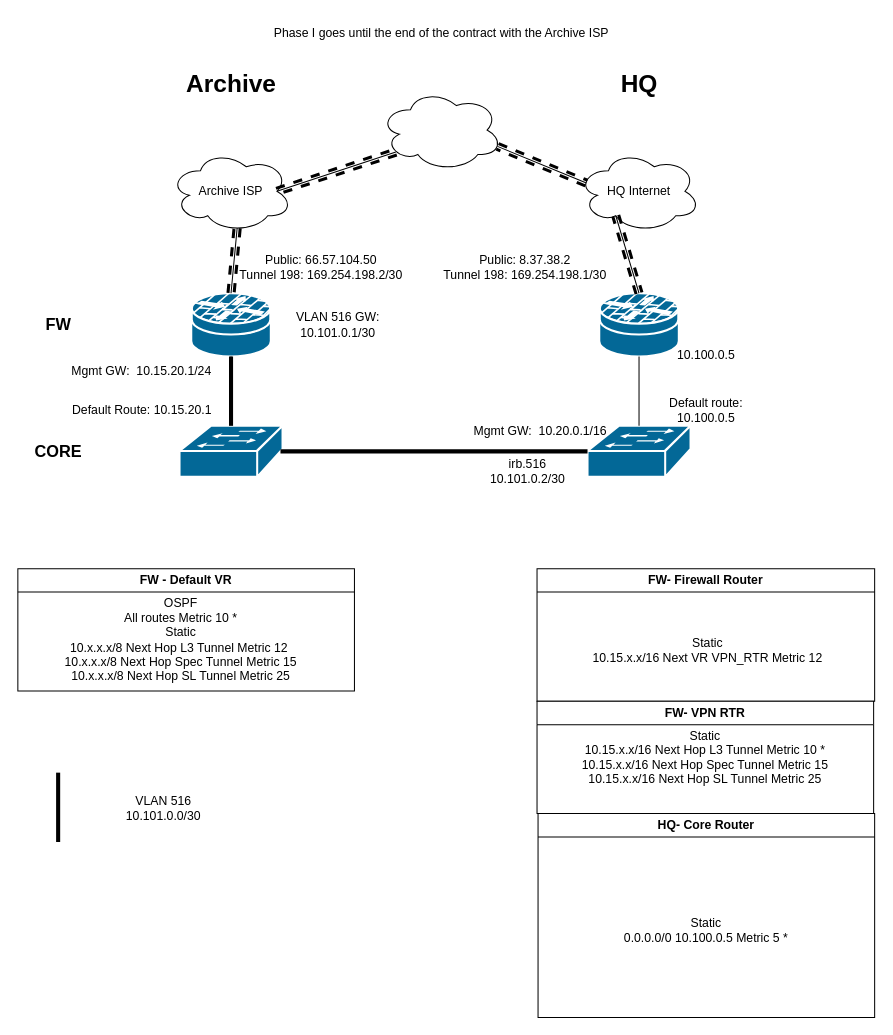
The draw.io diagram page "Delta Phase I" (2 of 2) of Archive.drawio in adamrt918/Diagram, before the edit. Source tidied: cells renumbered, new cells numbered last; positions are measured from the earlier drawing's top-left corner, leaving out a move shared by most shapes. Both pictures are drawn from the tidied source at 102%, with x=0, y=0 at pixel (17, 17).
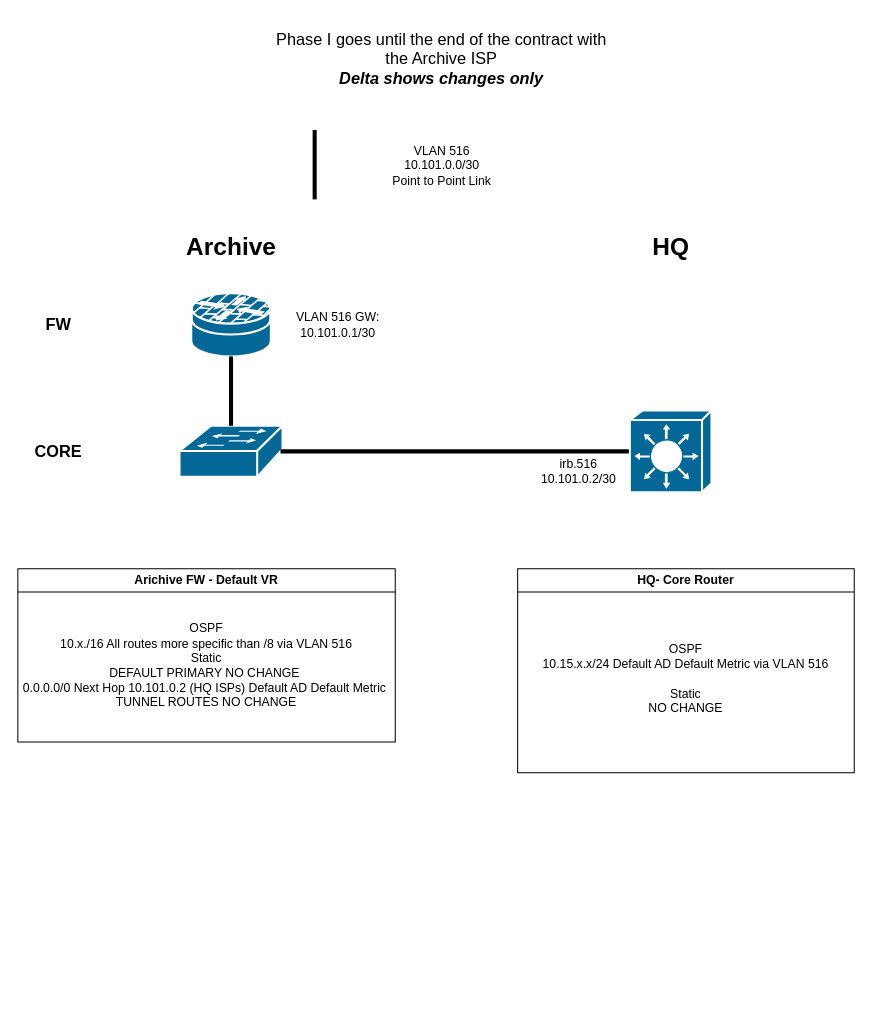
The same diagram, later.

The change refers to these unchanged cells:
```xml
<mxCell id="2" style="shape=mxgraph.cisco.security.router_firewall;sketch=0;html=1;dashed=0;fillColor=#036897;strokeColor=#ffffff;strokeWidth=2;verticalLabelPosition=bottom;verticalAlign=top;align=center;outlineConnect=0;" parent="1" vertex="1">
  <mxGeometry x="170" y="270" width="78" height="62" as="geometry" />
</mxCell>
<mxCell id="14" style="shape=mxgraph.cisco.switches.workgroup_switch;sketch=0;html=1;dashed=0;fillColor=#036897;strokeColor=#ffffff;strokeWidth=2;verticalLabelPosition=bottom;verticalAlign=top;align=center;outlineConnect=0;" parent="1" vertex="1">
  <mxGeometry x="158.5" y="400" width="101" height="50" as="geometry" />
</mxCell>
```

What changed in the source:
```diff
@@
-    <mxCell id="3" style="ellipse;shape=cloud;whiteSpace=wrap;html=1;" parent="1" vertex="1">
-      <mxGeometry x="355" y="70" width="120" height="80" as="geometry" />
-    </mxCell>
-    <mxCell id="4" style="shape=mxgraph.cisco.security.router_firewall;sketch=0;html=1;dashed=0;fillColor=#036897;strokeColor=#ffffff;strokeWidth=2;verticalLabelPosition=bottom;verticalAlign=top;align=center;outlineConnect=0;" parent="1" vertex="1">
-      <mxGeometry x="570" y="270" width="78" height="62" as="geometry" />
-    </mxCell>
-    <mxCell id="5" style="endArrow=none;html=1;rounded=0;entryX=0.5;entryY=0;entryDx=0;entryDy=0;entryPerimeter=0;exitX=0.55;exitY=0.95;exitDx=0;exitDy=0;exitPerimeter=0;" parent="1" edge="1" source="6" target="2">
-      <mxGeometry relative="1" as="geometry" />
-    </mxCell>
-    <mxCell id="6" value="Archive ISP" style="ellipse;shape=cloud;whiteSpace=wrap;html=1;" parent="1" vertex="1">
-      <mxGeometry x="149" y="130" width="120" height="80" as="geometry" />
-    </mxCell>
-    <mxCell id="7" style="endArrow=none;html=1;rounded=0;entryX=0.13;entryY=0.77;entryDx=0;entryDy=0;entryPerimeter=0;exitX=0.875;exitY=0.5;exitDx=0;exitDy=0;exitPerimeter=0;" parent="1" edge="1" source="6" target="3">
-      <mxGeometry relative="1" as="geometry" />
-    </mxCell>
-    <mxCell id="8" value="HQ Internet" style="ellipse;shape=cloud;whiteSpace=wrap;html=1;" parent="1" vertex="1">
-      <mxGeometry x="549" y="130" width="120" height="80" as="geometry" />
-    </mxCell>
-    <mxCell id="9" style="endArrow=none;html=1;rounded=0;entryX=0.96;entryY=0.7;entryDx=0;entryDy=0;entryPerimeter=0;exitX=0.07;exitY=0.4;exitDx=0;exitDy=0;exitPerimeter=0;" parent="1" edge="1" source="8" target="3">
-      <mxGeometry relative="1" as="geometry" />
-    </mxCell>
-    <mxCell id="10" style="endArrow=none;html=1;rounded=0;entryX=0.31;entryY=0.8;entryDx=0;entryDy=0;entryPerimeter=0;exitX=0.5;exitY=0;exitDx=0;exitDy=0;exitPerimeter=0;" parent="1" edge="1" source="4" target="8">
-      <mxGeometry relative="1" as="geometry" />
-    </mxCell>
@@
-    <mxCell id="12" style="shape=mxgraph.cisco.switches.workgroup_switch;sketch=0;html=1;dashed=0;fillColor=#036897;strokeColor=#ffffff;strokeWidth=2;verticalLabelPosition=bottom;verticalAlign=top;align=center;outlineConnect=0;" parent="1" vertex="1">
-      <mxGeometry x="558.5" y="400" width="101" height="50" as="geometry" />
-    </mxCell>
-    <mxCell id="13" style="endArrow=none;html=1;rounded=0;entryX=0.5;entryY=1;entryDx=0;entryDy=0;entryPerimeter=0;" parent="1" edge="1" source="12" target="4">
-      <mxGeometry relative="1" as="geometry" />
-    </mxCell>
@@
     <mxCell id="15" value="&lt;font style=&quot;font-size: 24px;&quot;&gt;Archive&lt;/font&gt;" style="text;html=1;whiteSpace=wrap;strokeColor=none;fillColor=none;align=center;verticalAlign=middle;rounded=0;fontStyle=1;" parent="1" vertex="1">
-      <mxGeometry x="158.5" y="40" width="101" height="50" as="geometry" />
+      <mxGeometry x="158.5" y="200" width="101" height="50" as="geometry" />
     </mxCell>
     <mxCell id="16" value="&lt;font style=&quot;font-size: 24px;&quot;&gt;HQ&lt;/font&gt;" style="text;html=1;whiteSpace=wrap;strokeColor=none;fillColor=none;align=center;verticalAlign=middle;rounded=0;fontStyle=1;" parent="1" vertex="1">
-      <mxGeometry x="558.5" y="40" width="101" height="50" as="geometry" />
+      <mxGeometry x="589.5" y="200" width="101" height="50" as="geometry" />
     </mxCell>
@@
-    <mxCell id="19" style="endArrow=none;html=1;rounded=0;shape=link;entryX=0.55;entryY=0.95;entryDx=0;entryDy=0;entryPerimeter=0;exitX=0.5;exitY=0;exitDx=0;exitDy=0;exitPerimeter=0;dashed=1;strokeColor=light-dark(#000000,#9999FF);strokeWidth=3;" parent="1" edge="1" source="2" target="6">
-      <mxGeometry relative="1" as="geometry" />
-    </mxCell>
-    <mxCell id="20" style="endArrow=none;html=1;rounded=0;shape=link;entryX=0.13;entryY=0.77;entryDx=0;entryDy=0;entryPerimeter=0;exitX=0.875;exitY=0.5;exitDx=0;exitDy=0;exitPerimeter=0;dashed=1;strokeColor=light-dark(#000000,#9999FF);strokeWidth=3;" parent="1" edge="1" source="6" target="3">
-      <mxGeometry relative="1" as="geometry" />
-    </mxCell>
-    <mxCell id="21" style="endArrow=none;html=1;rounded=0;shape=link;exitX=0.07;exitY=0.4;exitDx=0;exitDy=0;exitPerimeter=0;dashed=1;strokeColor=light-dark(#000000,#9999FF);strokeWidth=3;entryX=0.96;entryY=0.7;entryDx=0;entryDy=0;entryPerimeter=0;" parent="1" edge="1" source="8" target="3">
-      <mxGeometry relative="1" as="geometry" />
-    </mxCell>
-    <mxCell id="22" style="endArrow=none;html=1;rounded=0;shape=link;entryX=0.31;entryY=0.8;entryDx=0;entryDy=0;entryPerimeter=0;exitX=0.5;exitY=0;exitDx=0;exitDy=0;exitPerimeter=0;dashed=1;strokeColor=light-dark(#000000,#9999FF);strokeWidth=3;" parent="1" edge="1" source="4" target="8">
-      <mxGeometry relative="1" as="geometry" />
-    </mxCell>
-    <mxCell id="23" value="Public: 8.37.38.2&lt;div&gt;Tunnel 198: 169.254.198.1/30&lt;/div&gt;" style="text;html=1;whiteSpace=wrap;strokeColor=none;fillColor=none;align=center;verticalAlign=middle;rounded=0;" parent="1" vertex="1">
-      <mxGeometry x="410" y="220" width="175" height="50" as="geometry" />
-    </mxCell>
-    <mxCell id="24" value="Public: 66.57.104.50&lt;div&gt;Tunnel 198: 169.254.198.2/30&lt;/div&gt;" style="text;html=1;whiteSpace=wrap;strokeColor=none;fillColor=none;align=center;verticalAlign=middle;rounded=0;" parent="1" vertex="1">
-      <mxGeometry x="210" y="220" width="175" height="50" as="geometry" />
-    </mxCell>
-    <mxCell id="25" value="Mgmt GW:&amp;nbsp; 10.15.20.1/24" style="text;html=1;whiteSpace=wrap;strokeColor=none;fillColor=none;align=center;verticalAlign=middle;rounded=0;" parent="1" vertex="1">
-      <mxGeometry x="49.4" y="332" width="145" height="30" as="geometry" />
-    </mxCell>
-    <mxCell id="26" value="Mgmt GW:&amp;nbsp; 10.20.0.1/16" style="text;html=1;whiteSpace=wrap;strokeColor=none;fillColor=none;align=center;verticalAlign=middle;rounded=0;" parent="1" vertex="1">
-      <mxGeometry x="440" y="390" width="145" height="30" as="geometry" />
-    </mxCell>
-    <mxCell id="27" value="Default route: 10.100.0.5" style="text;html=1;whiteSpace=wrap;strokeColor=none;fillColor=none;align=center;verticalAlign=middle;rounded=0;" parent="1" vertex="1">
-      <mxGeometry x="610" y="370" width="130" height="30" as="geometry" />
-    </mxCell>
-    <mxCell id="28" value="10.100.0.5" style="text;html=1;whiteSpace=wrap;strokeColor=none;fillColor=none;align=center;verticalAlign=middle;rounded=0;" parent="1" vertex="1">
-      <mxGeometry x="645" y="316" width="60" height="30" as="geometry" />
-    </mxCell>
-    <mxCell id="29" value="Default Route: 10.15.20.1" style="text;html=1;whiteSpace=wrap;strokeColor=none;fillColor=none;align=center;verticalAlign=middle;rounded=0;" parent="1" vertex="1">
-      <mxGeometry x="33.8" y="370" width="176.2" height="30" as="geometry" />
-    </mxCell>
-    <mxCell id="30" value="FW- Firewall Router" style="swimlane;whiteSpace=wrap;html=1;" parent="1" vertex="1">
-      <mxGeometry x="509" y="540" width="331" height="130" as="geometry" />
-    </mxCell>
-    <mxCell id="31" value="&lt;div&gt;&lt;span style=&quot;background-color: transparent; color: light-dark(rgb(0, 0, 0), rgb(255, 255, 255));&quot;&gt;Static&lt;/span&gt;&lt;/div&gt;&lt;div&gt;10.15.x.x/16 Next VR VPN_RTR Metric 12&lt;/div&gt;" style="text;html=1;whiteSpace=wrap;strokeColor=none;fillColor=none;align=center;verticalAlign=middle;rounded=0;" parent="30" vertex="1">
-      <mxGeometry x="5" y="30" width="325" height="100" as="geometry" />
-    </mxCell>
-    <mxCell id="32" value="FW - Default VR" style="swimlane;whiteSpace=wrap;html=1;" parent="1" vertex="1">
-      <mxGeometry y="540" width="330" height="120" as="geometry" />
+    <mxCell id="32" value="Arichive FW - Default VR" style="swimlane;whiteSpace=wrap;html=1;" parent="1" vertex="1">
+      <mxGeometry y="540" width="370" height="170" as="geometry" />
     </mxCell>
-    <mxCell id="33" value="&lt;div&gt;OSPF&lt;/div&gt;&lt;div&gt;All routes Metric 10 *&lt;/div&gt;&lt;div&gt;Static&lt;/div&gt;10.x.x.x/8 Next Hop L3 Tunnel Metric 12&amp;nbsp;&lt;div&gt;10.x.x.x/8 Next Hop Spec Tunnel Metric 15&lt;/div&gt;&lt;div&gt;10.x.x.x/8 Next Hop SL Tunnel Metric 25&lt;/div&gt;" style="text;html=1;whiteSpace=wrap;strokeColor=none;fillColor=none;align=center;verticalAlign=middle;rounded=0;" parent="32" vertex="1">
-      <mxGeometry y="20" width="320" height="100" as="geometry" />
+    <mxCell id="33" value="&lt;div&gt;OSPF&lt;/div&gt;&lt;div&gt;10.x./16 All routes more specific than /8 via VLAN 516&lt;/div&gt;&lt;div&gt;Static&lt;/div&gt;&lt;div&gt;&lt;span style=&quot;background-color: transparent; color: light-dark(rgb(0, 0, 0), rgb(255, 255, 255));&quot;&gt;DEFAULT PRIMARY NO CHANGE&amp;nbsp;&lt;/span&gt;&lt;/div&gt;&lt;div&gt;&lt;span style=&quot;background-color: transparent; color: light-dark(rgb(0, 0, 0), rgb(255, 255, 255));&quot;&gt;0.0.0.0/0 Next Hop 10.101.0.2 (HQ ISPs) Default AD Default Metric&amp;nbsp;&lt;/span&gt;&lt;/div&gt;TUNNEL ROUTES NO CHANGE" style="text;html=1;whiteSpace=wrap;strokeColor=none;fillColor=none;align=center;verticalAlign=middle;rounded=0;" parent="32" vertex="1">
+      <mxGeometry y="20" width="370" height="150" as="geometry" />
     </mxCell>
-    <mxCell id="34" value="FW- VPN RTR" style="swimlane;whiteSpace=wrap;html=1;" parent="1" vertex="1">
-      <mxGeometry x="509" y="670" width="330" height="110" as="geometry" />
-    </mxCell>
-    <mxCell id="35" value="&lt;div&gt;Static&lt;/div&gt;10.15.x.x/16 Next Hop L3 Tunnel Metric 10 *&lt;div&gt;10.15.x.x/16 Next Hop Spec Tunnel Metric 15&lt;/div&gt;&lt;div&gt;10.15.x.x/16 Next Hop SL Tunnel Metric 25&lt;/div&gt;" style="text;html=1;whiteSpace=wrap;strokeColor=none;fillColor=none;align=center;verticalAlign=middle;rounded=0;" parent="34" vertex="1">
-      <mxGeometry x="0.8" y="25" width="327.5" height="60" as="geometry" />
-    </mxCell>
-    <mxCell id="36" value="Phase I goes until the end of the contract with the Archive ISP" style="text;html=1;align=center;verticalAlign=middle;whiteSpace=wrap;rounded=0;" parent="1" vertex="1">
-      <mxGeometry x="248" width="335" height="30" as="geometry" />
+    <mxCell id="36" value="Phase I goes until the end of the contract with the Archive ISP&lt;div&gt;&lt;b&gt;&lt;i&gt;Delta shows changes only&lt;/i&gt;&lt;/b&gt;&lt;/div&gt;" style="text;html=1;align=center;verticalAlign=middle;whiteSpace=wrap;rounded=0;strokeWidth=1;fontSize=16;" parent="1" vertex="1">
+      <mxGeometry x="248" width="335" height="80" as="geometry" />
     </mxCell>
-    <mxCell id="37" style="endArrow=none;html=1;rounded=0;exitX=0.98;exitY=0.5;exitDx=0;exitDy=0;exitPerimeter=0;entryX=0;entryY=0.5;entryDx=0;entryDy=0;entryPerimeter=0;strokeWidth=4;strokeColor=light-dark(#000000,#FFFF33);" parent="1" edge="1" source="14" target="12">
+    <mxCell id="37" style="endArrow=none;html=1;rounded=0;exitX=0.98;exitY=0.5;exitDx=0;exitDy=0;exitPerimeter=0;entryX=0;entryY=0.5;entryDx=0;entryDy=0;entryPerimeter=0;strokeWidth=4;strokeColor=light-dark(#000000,#FFFF33);" parent="1" edge="1" source="14" target="45">
       <mxGeometry relative="1" as="geometry" />
     </mxCell>
@@
     <mxCell id="39" style="endArrow=none;html=1;rounded=0;exitX=0.5;exitY=0;exitDx=0;exitDy=0;exitPerimeter=0;entryX=0.5;entryY=1;entryDx=0;entryDy=0;entryPerimeter=0;strokeWidth=4;strokeColor=light-dark(#000000,#FFFF33);" parent="1" edge="1">
       <mxGeometry relative="1" as="geometry">
-        <mxPoint x="39.5" y="808" as="sourcePoint" />
-        <mxPoint x="39.5" y="740" as="targetPoint" />
+        <mxPoint x="291" y="178" as="sourcePoint" />
+        <mxPoint x="291" y="110" as="targetPoint" />
       </mxGeometry>
     </mxCell>
-    <mxCell id="40" value="VLAN 516&lt;div&gt;10.101.0.0/30&lt;/div&gt;" style="text;html=1;whiteSpace=wrap;strokeColor=none;fillColor=none;align=center;verticalAlign=middle;rounded=0;" parent="1" vertex="1">
-      <mxGeometry x="38" y="750" width="210" height="50" as="geometry" />
+    <mxCell id="40" value="VLAN 516&lt;div&gt;10.101.0.0/30&lt;br&gt;Point to Point Link&lt;/div&gt;" style="text;html=1;whiteSpace=wrap;strokeColor=none;fillColor=none;align=center;verticalAlign=middle;rounded=0;" parent="1" vertex="1">
+      <mxGeometry x="289.5" y="120" width="252" height="50" as="geometry" />
     </mxCell>
@@
     <mxCell id="42" value="irb.516&lt;div&gt;10.101.0.2/30&lt;/div&gt;" style="text;html=1;whiteSpace=wrap;strokeColor=none;fillColor=none;align=center;verticalAlign=middle;rounded=0;" parent="1" vertex="1">
-      <mxGeometry x="440" y="430" width="120" height="30" as="geometry" />
+      <mxGeometry x="490" y="430" width="120" height="30" as="geometry" />
     </mxCell>
     <mxCell id="43" value="HQ- Core Router" style="swimlane;whiteSpace=wrap;html=1;" parent="1" vertex="1">
-      <mxGeometry x="510" y="780" width="330" height="200" as="geometry" />
+      <mxGeometry x="490" y="540" width="330" height="200" as="geometry" />
     </mxCell>
-    <mxCell id="44" value="Static &lt;br&gt;0.0.0.0/0 10.100.0.5 Metric 5 *" style="text;html=1;whiteSpace=wrap;strokeColor=none;fillColor=none;align=center;verticalAlign=middle;rounded=0;" parent="1" vertex="1">
-      <mxGeometry x="510" y="810" width="330" height="170" as="geometry" />
+    <mxCell id="44" value="&lt;div&gt;OSPF&lt;/div&gt;&lt;div&gt;&lt;div&gt;&lt;span style=&quot;background-color: transparent; color: light-dark(rgb(0, 0, 0), rgb(255, 255, 255));&quot;&gt;10.15.x.x/24 Default AD Default Metric via VLAN 516&lt;/span&gt;&lt;/div&gt;&lt;/div&gt;&lt;div&gt;&lt;span style=&quot;background-color: transparent; color: light-dark(rgb(0, 0, 0), rgb(255, 255, 255));&quot;&gt;&lt;br&gt;&lt;/span&gt;&lt;/div&gt;Static &lt;br&gt;NO CHANGE&lt;div&gt;&lt;br&gt;&lt;/div&gt;" style="text;html=1;whiteSpace=wrap;strokeColor=none;fillColor=none;align=center;verticalAlign=middle;rounded=0;" parent="43" vertex="1">
+      <mxGeometry y="30" width="330" height="170" as="geometry" />
     </mxCell>
+    <mxCell id="45" style="shape=mxgraph.cisco.switches.layer_3_switch;sketch=0;html=1;dashed=0;fillColor=#036897;strokeColor=#ffffff;strokeWidth=2;verticalLabelPosition=bottom;verticalAlign=top;align=center;outlineConnect=0;" parent="1" vertex="1">
+      <mxGeometry x="600" y="385" width="80" height="80" as="geometry" />
+    </mxCell>
```
